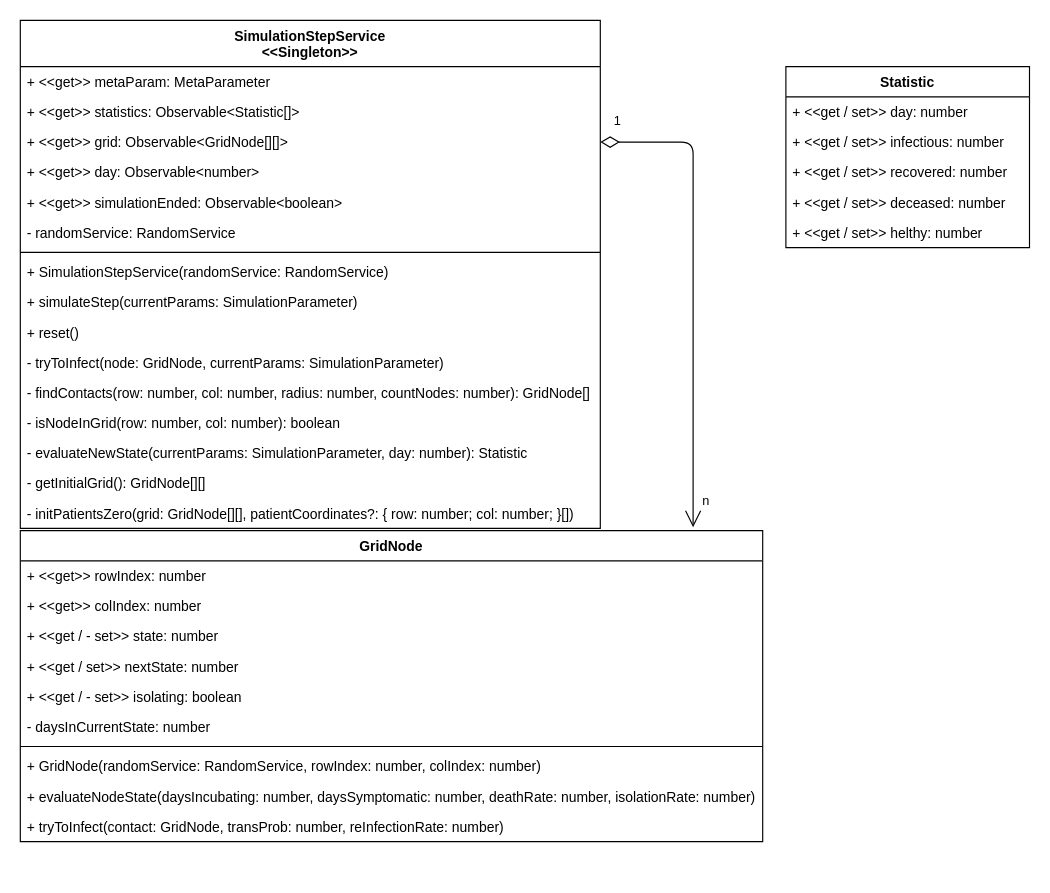
Above: Untitled Diagram.drawio in tammowhs/simulationelectron (draw.io), before the change. Source tidied: cells renumbered, new cells numbered last; positions are measured from the earlier drawing's top-left corner, leaving out a move shared by most shapes. Both pictures are drawn from the tidied source at 116%, with x=0, y=0 at pixel (20, 20).
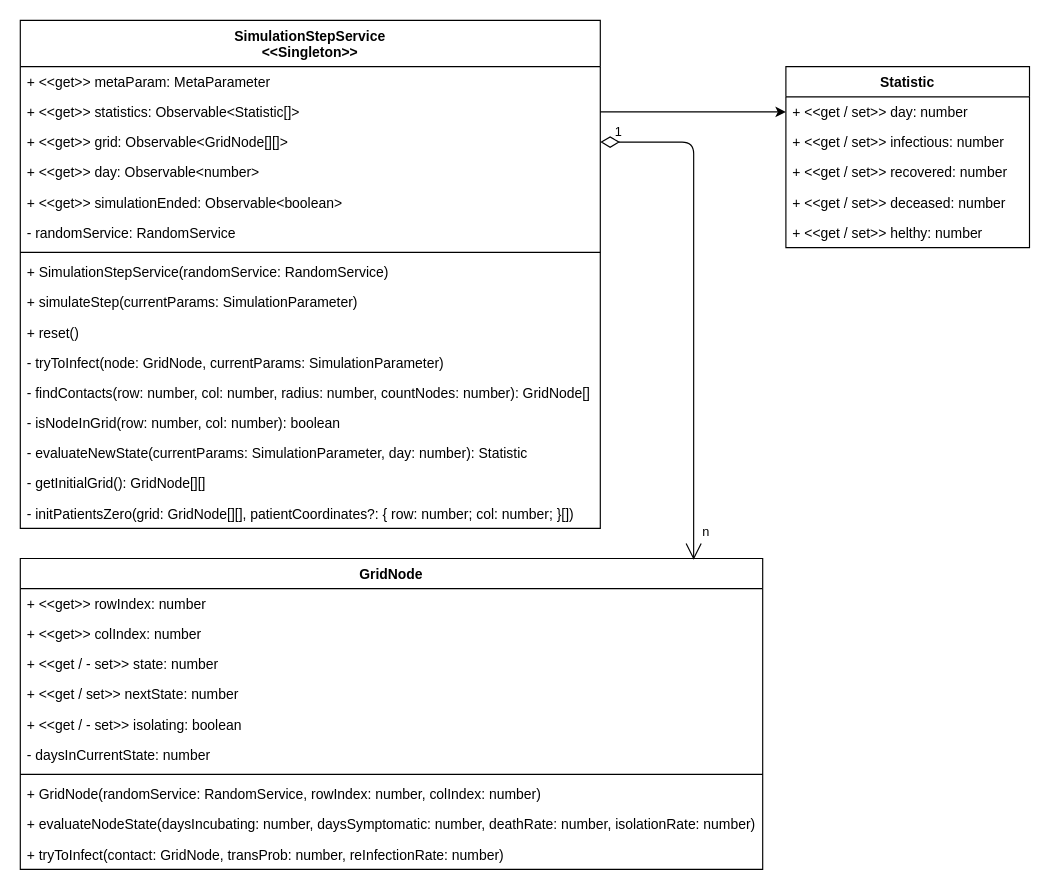
The same page after the edit.

The change refers to these unchanged cells:
```xml
<mxCell id="4" value="+ &lt;&lt;get&gt;&gt; statistics: Observable&lt;Statistic[]&gt;" style="text;align=left;verticalAlign=top;spacingLeft=4;spacingRight=4;overflow=hidden;points=[[0,0.5],[1,0.5]];portConstraint=eastwest;rounded=0;shadow=0;html=0;" parent="2" vertex="1">
  <mxGeometry y="66" width="500" height="26" as="geometry" />
</mxCell>
<mxCell id="5" value="+ &lt;&lt;get&gt;&gt; grid: Observable&lt;GridNode[][]&gt;" style="text;align=left;verticalAlign=top;spacingLeft=4;spacingRight=4;overflow=hidden;points=[[0,0.5],[1,0.5]];portConstraint=eastwest;rounded=0;shadow=0;html=0;" parent="2" vertex="1">
  <mxGeometry y="92" width="500" height="26" as="geometry" />
</mxCell>
<mxCell id="31" value="+ &lt;&lt;get / set&gt;&gt; day: number" style="text;strokeColor=none;fillColor=none;align=left;verticalAlign=top;spacingLeft=4;spacingRight=4;overflow=hidden;points=[[0,0.5],[1,0.5]];portConstraint=eastwest;" parent="30" vertex="1">
  <mxGeometry y="26" width="210" height="26" as="geometry" />
</mxCell>
```

Change to the diagram source:
```diff
@@
     <mxCell id="19" value="GridNode" style="swimlane;fontStyle=1;align=center;verticalAlign=top;horizontal=1;startSize=26;" parent="1" vertex="1">
-      <mxGeometry y="440" width="640" height="268" as="geometry" />
+      <mxGeometry y="464" width="640" height="268" as="geometry" />
     </mxCell>
@@
-    <mxCell id="36" value="1" style="endArrow=open;html=1;endSize=12;startArrow=diamondThin;startSize=14;startFill=0;edgeStyle=orthogonalEdgeStyle;align=left;verticalAlign=bottom;exitX=1;exitY=0.5;exitDx=0;exitDy=0;" parent="1" edge="1" source="5">
-      <mxGeometry x="-0.95" y="9" relative="1" as="geometry">
-        <mxPoint x="580" y="437" as="targetPoint" />
+    <mxCell id="36" value="1" style="endArrow=open;html=1;endSize=12;startArrow=diamondThin;startSize=14;startFill=0;edgeStyle=orthogonalEdgeStyle;align=left;verticalAlign=bottom;exitX=1;exitY=0.5;exitDx=0;exitDy=0;entryX=0.907;entryY=0.004;entryDx=0;entryDy=0;entryPerimeter=0;" parent="1" edge="1" source="5" target="19">
+      <mxGeometry x="-0.95" relative="1" as="geometry">
         <Array as="points">
-          <mxPoint x="580" y="105" />
+          <mxPoint x="581" y="105" />
         </Array>
       </mxGeometry>
     </mxCell>
@@
+    <mxCell id="38" style="edgeStyle=orthogonalEdgeStyle;rounded=0;jettySize=auto;html=1;entryX=0;entryY=0.5;entryDx=0;entryDy=0;" parent="1" edge="1" source="4" target="31">
+      <mxGeometry relative="1" as="geometry" />
+    </mxCell>
```
